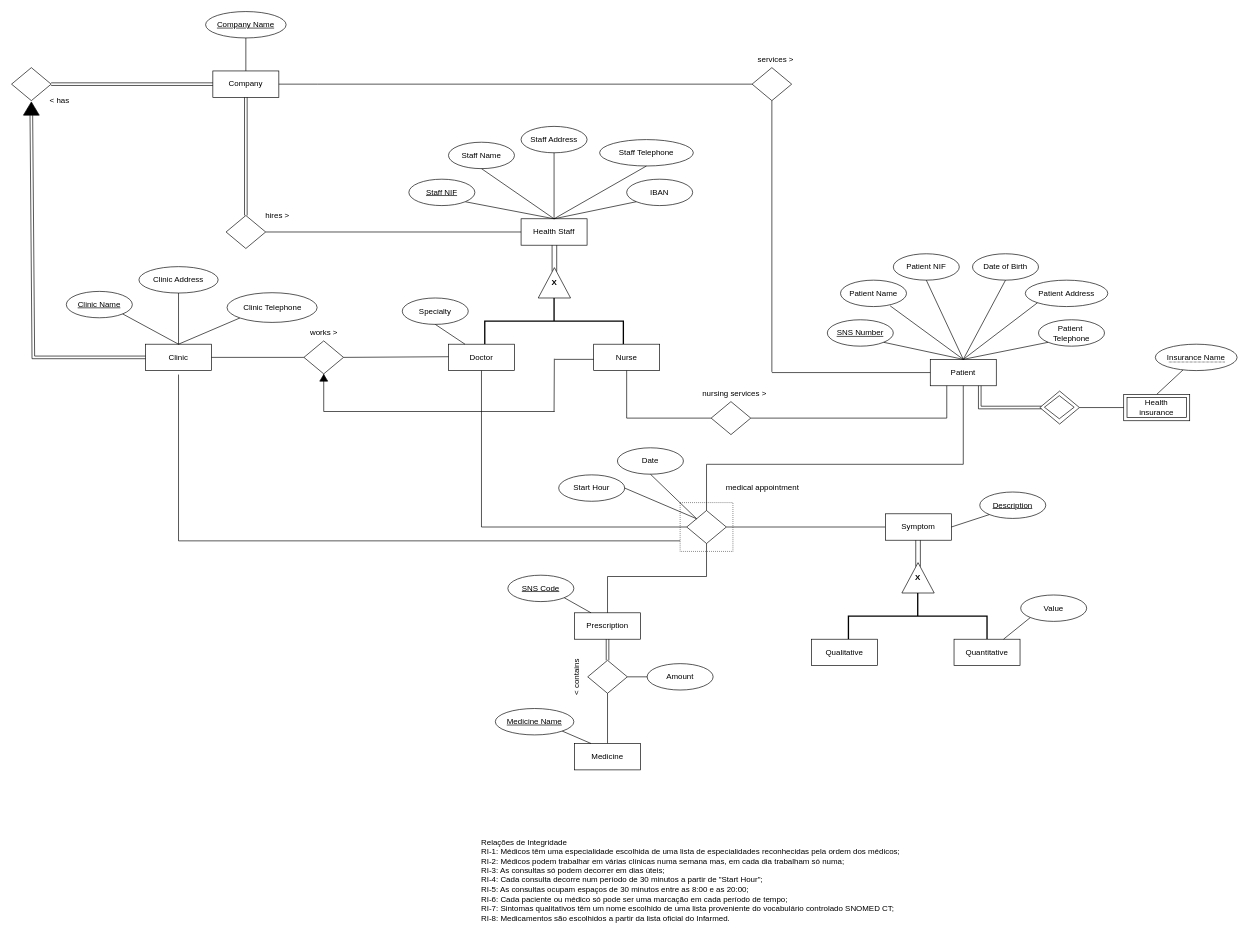
Above: Proj.drawio in mariana-marcal-santana/BD.Health-DB-Manager (draw.io), before the change. Source tidied: cells renumbered, new cells numbered last; positions are measured from the earlier drawing's top-left corner, leaving out a move shared by most shapes. Both pictures are drawn from the tidied source at 66%, with x=0, y=0 at pixel (11, 11).
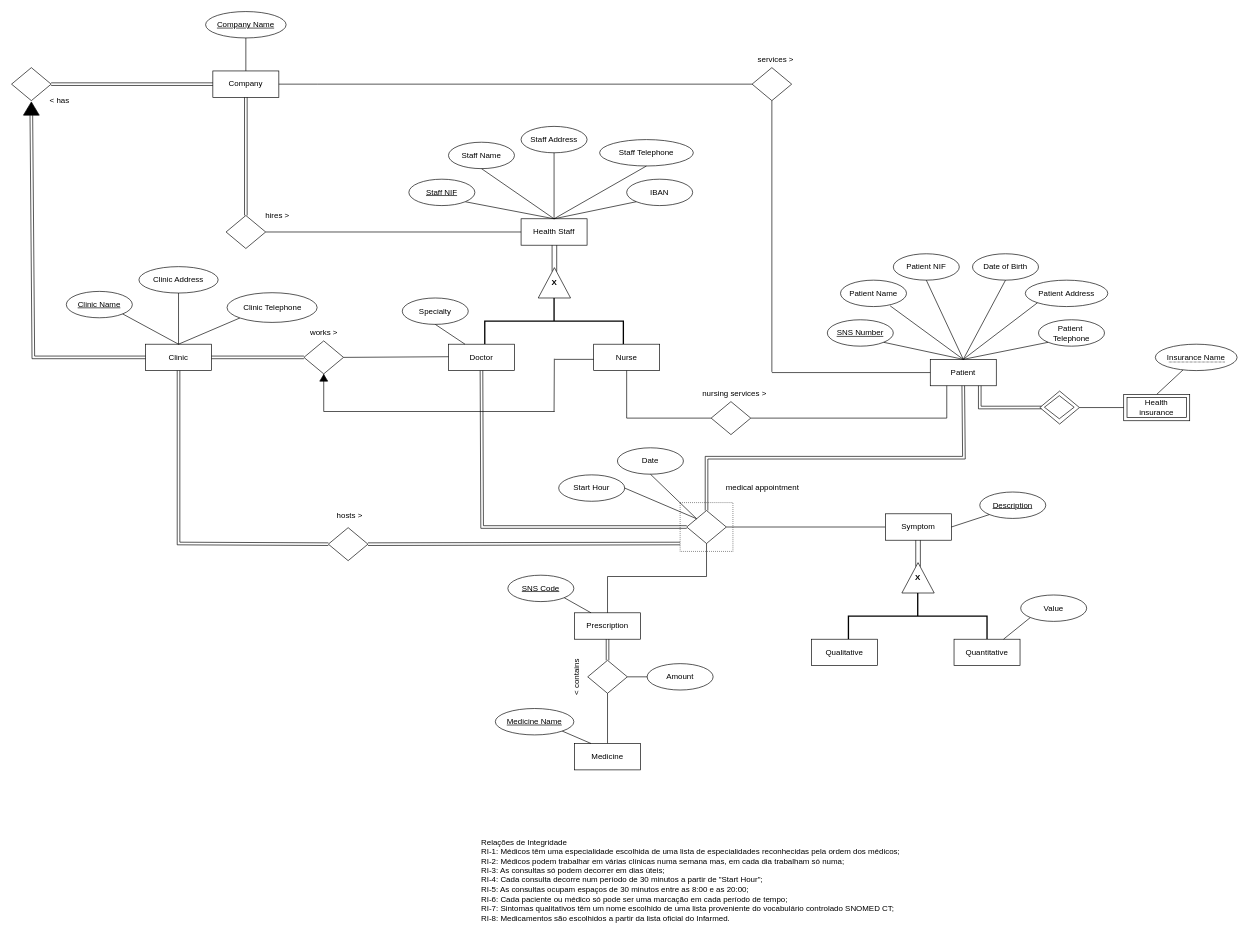
After the change.

The change refers to these unchanged cells:
```xml
<mxCell id="2" value="Clinic" style="whiteSpace=wrap;html=1;align=center;" parent="1" vertex="1">
  <mxGeometry x="203" y="504" width="100" height="40" as="geometry" />
</mxCell>
<mxCell id="25" value="Patient" style="whiteSpace=wrap;html=1;align=center;" parent="1" vertex="1">
  <mxGeometry x="1392" y="527" width="100" height="40" as="geometry" />
</mxCell>
<mxCell id="39" value="Doctor" style="whiteSpace=wrap;html=1;align=center;" parent="1" vertex="1">
  <mxGeometry x="662" y="504" width="100" height="40" as="geometry" />
</mxCell>
<mxCell id="64" style="shape=rhombus;html=1;dashed=0;whiteSpace=wrap;perimeter=rhombusPerimeter;" parent="1" vertex="1">
  <mxGeometry x="1023" y="756" width="60" height="50" as="geometry" />
</mxCell>
<mxCell id="107" style="shape=rhombus;html=1;dashed=0;whiteSpace=wrap;perimeter=rhombusPerimeter;" parent="1" vertex="1">
  <mxGeometry x="443" y="499" width="60" height="50" as="geometry" />
</mxCell>
```

Change to the diagram source:
```diff
@@
-    <mxCell id="53" style="endArrow=none;html=1;rounded=0;entryX=0.5;entryY=1;entryDx=0;entryDy=0;exitX=0;exitY=0.5;exitDx=0;exitDy=0;" parent="1" edge="1" source="64" target="39">
-      <mxGeometry relative="1" as="geometry">
-        <Array as="points">
-          <mxPoint x="712" y="781" />
-        </Array>
-      </mxGeometry>
-    </mxCell>
@@
-    <mxCell id="65" style="endArrow=none;html=1;rounded=0;entryX=0.5;entryY=1;entryDx=0;entryDy=0;exitX=0.5;exitY=0;exitDx=0;exitDy=0;" parent="1" edge="1" source="64" target="25">
-      <mxGeometry relative="1" as="geometry">
-        <Array as="points">
-          <mxPoint x="1053" y="686" />
-          <mxPoint x="1442" y="686" />
-        </Array>
-      </mxGeometry>
-    </mxCell>
@@
-    <mxCell id="98" style="endArrow=none;html=1;rounded=0;exitX=0.5;exitY=1;exitDx=0;exitDy=0;" parent="1" edge="1">
-      <mxGeometry relative="1" as="geometry">
-        <mxPoint x="253" y="550" as="sourcePoint" />
-        <mxPoint x="1013" y="802" as="targetPoint" />
-        <Array as="points">
-          <mxPoint x="253" y="802" />
-        </Array>
-      </mxGeometry>
-    </mxCell>
@@
-    <mxCell id="110" style="endArrow=none;html=1;rounded=0;entryX=0;entryY=0.5;entryDx=0;entryDy=0;exitX=1;exitY=0.5;exitDx=0;exitDy=0;" parent="1" edge="1" source="2" target="107">
-      <mxGeometry relative="1" as="geometry" />
-    </mxCell>
@@
+    <mxCell id="65" style="shape=link;html=1;rounded=0;entryX=0.5;entryY=1;entryDx=0;entryDy=0;exitX=0.5;exitY=0;exitDx=0;exitDy=0;" parent="1" edge="1" source="64" target="25">
+      <mxGeometry relative="1" as="geometry">
+        <Array as="points">
+          <mxPoint x="1053" y="676" />
+          <mxPoint x="1443" y="676" />
+        </Array>
+      </mxGeometry>
+    </mxCell>
+    <mxCell id="124" style="shape=link;html=1;rounded=0;exitX=0.5;exitY=1;exitDx=0;exitDy=0;entryX=0;entryY=0.5;entryDx=0;entryDy=0;" parent="1" edge="1" source="39" target="64">
+      <mxGeometry relative="1" as="geometry">
+        <Array as="points">
+          <mxPoint x="713" y="781" />
+        </Array>
+      </mxGeometry>
+    </mxCell>
+    <mxCell id="125" style="html=1;whiteSpace=wrap;align=right;verticalAlign=bottom;" parent="124" vertex="1">
+      <mxGeometry x="1" relative="1" as="geometry" />
+    </mxCell>
+    <mxCell id="126" style="shape=link;html=1;rounded=0;exitX=0.5;exitY=1;exitDx=0;exitDy=0;entryX=0;entryY=0.5;entryDx=0;entryDy=0;" parent="1" edge="1" source="2" target="127">
+      <mxGeometry relative="1" as="geometry">
+        <Array as="points">
+          <mxPoint x="253" y="806" />
+        </Array>
+      </mxGeometry>
+    </mxCell>
+    <mxCell id="127" style="shape=rhombus;html=1;dashed=0;whiteSpace=wrap;perimeter=rhombusPerimeter;" parent="1" vertex="1">
+      <mxGeometry x="480" y="782" width="60" height="50" as="geometry" />
+    </mxCell>
+    <mxCell id="128" style="shape=link;html=1;rounded=0;exitX=1;exitY=0.5;exitDx=0;exitDy=0;" parent="1" edge="1" source="127">
+      <mxGeometry relative="1" as="geometry">
+        <mxPoint x="1013" y="806" as="targetPoint" />
+      </mxGeometry>
+    </mxCell>
+    <mxCell id="129" value="hosts &amp;gt;" style="text;html=1;align=center;verticalAlign=middle;strokeColor=none;fillColor=none;" parent="1" vertex="1">
+      <mxGeometry x="482" y="749" width="60" height="30" as="geometry" />
+    </mxCell>
+    <mxCell id="110" style="shape=link;html=1;rounded=0;exitX=1;exitY=0.5;exitDx=0;exitDy=0;entryX=0;entryY=0.5;entryDx=0;entryDy=0;" parent="1" edge="1" source="2" target="107">
+      <mxGeometry relative="1" as="geometry" />
+    </mxCell>
```
